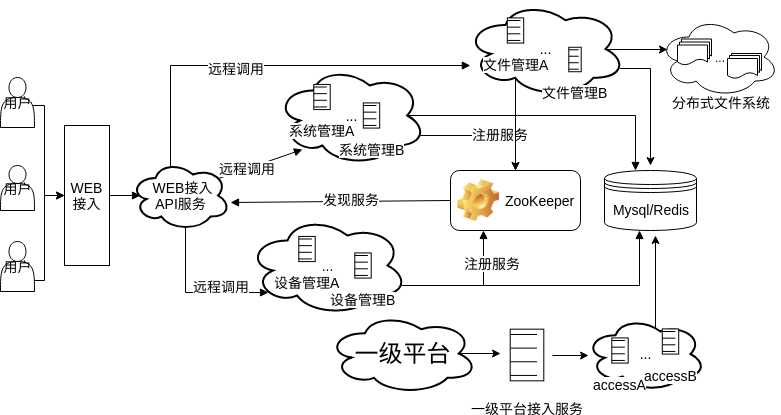
waterwatermelon/graph keeps this draw.io diagram as framework.png. Above is the earlier version. Source tidied: cells renumbered, new cells last; positions are measured from the earlier drawing's top-left corner, leaving out a move shared by most shapes.
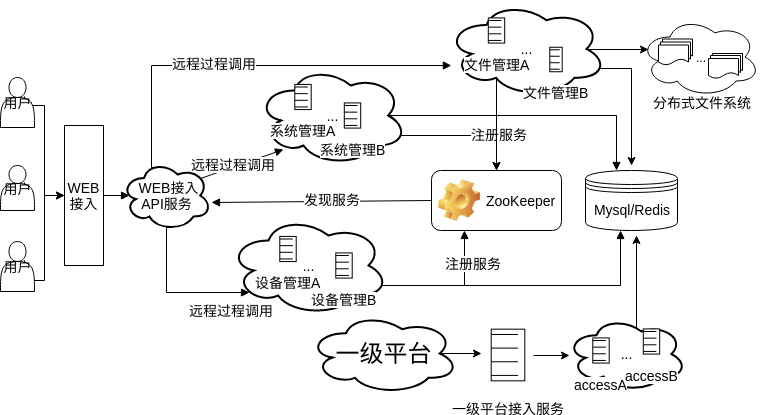
After the change.

The edit, as a diff of the source:
```diff
@@ -8,20 +8,22 @@
     <mxCell id="3" style="edgeStyle=orthogonalEdgeStyle;rounded=0;jettySize=auto;html=1;exitX=0.9;exitY=0.5;exitDx=0;exitDy=0;exitPerimeter=0;fontSize=14;" parent="1" edge="1" source="4" target="13">
       <mxGeometry relative="1" as="geometry">
         <Array as="points">
-          <mxPoint x="31" y="104" />
-          <mxPoint x="44" y="104" />
-          <mxPoint x="44" y="194" />
+          <mxPoint x="50" y="104" />
+          <mxPoint x="63" y="104" />
+          <mxPoint x="63" y="194" />
         </Array>
       </mxGeometry>
     </mxCell>
     <mxCell id="4" value="&lt;font style=&quot;font-size: 14px&quot;&gt;用户&lt;/font&gt;" style="shape=actor;whiteSpace=wrap;html=1;fontSize=14;" parent="1" vertex="1">
-      <mxGeometry y="76" width="34" height="50" as="geometry" />
+      <mxGeometry x="19" y="76" width="34" height="50" as="geometry" />
     </mxCell>
     <mxCell id="5" style="edgeStyle=none;rounded=0;comic=0;jettySize=auto;html=1;exitX=0.88;exitY=0.25;exitDx=0;exitDy=0;exitPerimeter=0;entryX=0.177;entryY=0.84;entryDx=0;entryDy=0;entryPerimeter=0;shadow=0;startArrow=none;startFill=0;endArrow=block;endFill=1;strokeColor=#000000;strokeWidth=1;fontSize=14;" parent="1" edge="1" source="11" target="20">
       <mxGeometry relative="1" as="geometry" />
     </mxCell>
-    <mxCell id="6" value="远程调用" style="text;html=1;align=center;verticalAlign=middle;labelBackgroundColor=#ffffff;fontSize=14;" parent="5" vertex="1">
-      <mxGeometry x="-0.32" y="1" relative="1" as="geometry" />
+    <mxCell id="6" value="远程过程调用" style="text;html=1;align=center;verticalAlign=middle;labelBackgroundColor=#ffffff;fontSize=14;" parent="5" vertex="1">
+      <mxGeometry x="-0.32" y="1" relative="1" as="geometry">
+        <mxPoint x="5" y="-4" as="offset" />
+      </mxGeometry>
     </mxCell>
     <mxCell id="7" style="edgeStyle=orthogonalEdgeStyle;rounded=0;comic=0;jettySize=auto;html=1;exitX=0.4;exitY=0.1;exitDx=0;exitDy=0;exitPerimeter=0;shadow=0;startArrow=none;startFill=0;endArrow=block;endFill=1;strokeColor=#000000;strokeWidth=1;fontSize=14;" parent="1" edge="1" source="11" target="30">
       <mxGeometry relative="1" as="geometry">
@@ -30,8 +32,10 @@
         </Array>
       </mxGeometry>
     </mxCell>
-    <mxCell id="8" value="远程调用" style="text;html=1;align=center;verticalAlign=middle;labelBackgroundColor=#ffffff;fontSize=14;" parent="7" vertex="1">
-      <mxGeometry x="-0.17" y="-2" relative="1" as="geometry" />
+    <mxCell id="8" value="远程过程调用" style="text;html=1;align=center;verticalAlign=middle;labelBackgroundColor=#ffffff;fontSize=14;" parent="7" vertex="1">
+      <mxGeometry x="-0.17" y="-2" relative="1" as="geometry">
+        <mxPoint y="-5" as="offset" />
+      </mxGeometry>
     </mxCell>
     <mxCell id="9" style="edgeStyle=orthogonalEdgeStyle;rounded=0;comic=0;jettySize=auto;html=1;exitX=0.55;exitY=0.95;exitDx=0;exitDy=0;exitPerimeter=0;entryX=0.13;entryY=0.77;entryDx=0;entryDy=0;entryPerimeter=0;shadow=0;startArrow=none;startFill=0;endArrow=block;endFill=1;strokeColor=#000000;strokeWidth=1;fontSize=14;" parent="1" edge="1" source="11" target="24">
       <mxGeometry relative="1" as="geometry">
@@ -40,35 +44,35 @@
         </Array>
       </mxGeometry>
     </mxCell>
-    <mxCell id="10" value="远程调用" style="text;html=1;align=center;verticalAlign=middle;labelBackgroundColor=#ffffff;fontSize=14;" parent="9" vertex="1">
+    <mxCell id="10" value="远程过程调用" style="text;html=1;align=center;verticalAlign=middle;labelBackgroundColor=#ffffff;fontSize=14;" parent="9" vertex="1">
       <mxGeometry x="-0.12" y="29" relative="1" as="geometry">
-        <mxPoint x="35" y="22" as="offset" />
+        <mxPoint x="35" y="20" as="offset" />
       </mxGeometry>
     </mxCell>
     <mxCell id="11" value="&amp;nbsp;WEB接入&lt;br style=&quot;font-size: 14px;&quot;&gt;API服务" style="ellipse;shape=cloud;strokeWidth=2;fontSize=14;whiteSpace=wrap;html=1;align=center;" parent="1" vertex="1">
-      <mxGeometry x="130" y="159" width="100" height="70" as="geometry" />
+      <mxGeometry x="140" y="159" width="90" height="70" as="geometry" />
     </mxCell>
     <mxCell id="12" style="edgeStyle=none;rounded=0;comic=0;jettySize=auto;html=1;exitX=1;exitY=0.5;exitDx=0;exitDy=0;shadow=0;startArrow=none;startFill=0;endArrow=block;endFill=1;strokeColor=#000000;strokeWidth=1;fontSize=14;" parent="1" edge="1" source="13">
       <mxGeometry relative="1" as="geometry">
-        <mxPoint x="140" y="194" as="targetPoint" />
+        <mxPoint x="148" y="194" as="targetPoint" />
       </mxGeometry>
     </mxCell>
     <mxCell id="13" value="&lt;font style=&quot;font-size: 14px;&quot;&gt;WEB接入&lt;/font&gt;" style="rounded=0;whiteSpace=wrap;html=1;fontSize=14;" parent="1" vertex="1">
-      <mxGeometry x="64" y="124" width="45" height="140" as="geometry" />
+      <mxGeometry x="83" y="124" width="39" height="140" as="geometry" />
     </mxCell>
     <mxCell id="14" value="&lt;font style=&quot;font-size: 14px&quot;&gt;用户&lt;/font&gt;" style="shape=actor;whiteSpace=wrap;html=1;fontSize=14;" parent="1" vertex="1">
-      <mxGeometry y="164" width="34" height="45" as="geometry" />
+      <mxGeometry x="19" y="164" width="34" height="45" as="geometry" />
     </mxCell>
     <mxCell id="15" style="edgeStyle=orthogonalEdgeStyle;rounded=0;jettySize=auto;html=1;exitX=1;exitY=0.75;exitDx=0;exitDy=0;entryX=0;entryY=0.5;entryDx=0;entryDy=0;fontSize=14;" parent="1" edge="1" source="16" target="13">
       <mxGeometry relative="1" as="geometry">
         <Array as="points">
-          <mxPoint x="44" y="279" />
-          <mxPoint x="44" y="194" />
+          <mxPoint x="63" y="279" />
+          <mxPoint x="63" y="194" />
         </Array>
       </mxGeometry>
     </mxCell>
     <mxCell id="16" value="&lt;font style=&quot;font-size: 14px&quot;&gt;用户&lt;/font&gt;" style="shape=actor;whiteSpace=wrap;html=1;fontSize=14;" parent="1" vertex="1">
-      <mxGeometry y="240" width="34" height="50" as="geometry" />
+      <mxGeometry x="19" y="240" width="34" height="50" as="geometry" />
     </mxCell>
     <mxCell id="17" style="edgeStyle=orthogonalEdgeStyle;rounded=0;comic=0;jettySize=auto;html=1;exitX=0.875;exitY=0.5;exitDx=0;exitDy=0;exitPerimeter=0;entryX=0.333;entryY=0;entryDx=0;entryDy=0;entryPerimeter=0;shadow=0;startArrow=none;startFill=0;endArrow=block;endFill=1;strokeColor=#000000;strokeWidth=1;fontSize=14;" parent="1" edge="1" source="20" target="31">
       <mxGeometry relative="1" as="geometry" />
@@ -77,7 +81,9 @@
       <mxGeometry relative="1" as="geometry" />
     </mxCell>
     <mxCell id="19" value="&lt;font style=&quot;font-size: 14px&quot;&gt;注册服务&lt;/font&gt;" style="text;html=1;align=center;verticalAlign=middle;labelBackgroundColor=#ffffff;" parent="18" vertex="1">
-      <mxGeometry x="0.22" y="2" relative="1" as="geometry" />
+      <mxGeometry x="0.22" y="2" relative="1" as="geometry">
+        <mxPoint x="18" as="offset" />
+      </mxGeometry>
     </mxCell>
     <mxCell id="20" value="&lt;span&gt;...&lt;/span&gt;" style="ellipse;shape=cloud;strokeWidth=2;fontSize=14;whiteSpace=wrap;html=1;align=center;strokeColor=#000000;" parent="1" vertex="1">
       <mxGeometry x="275.5" y="64" width="150" height="100" as="geometry" />
```
